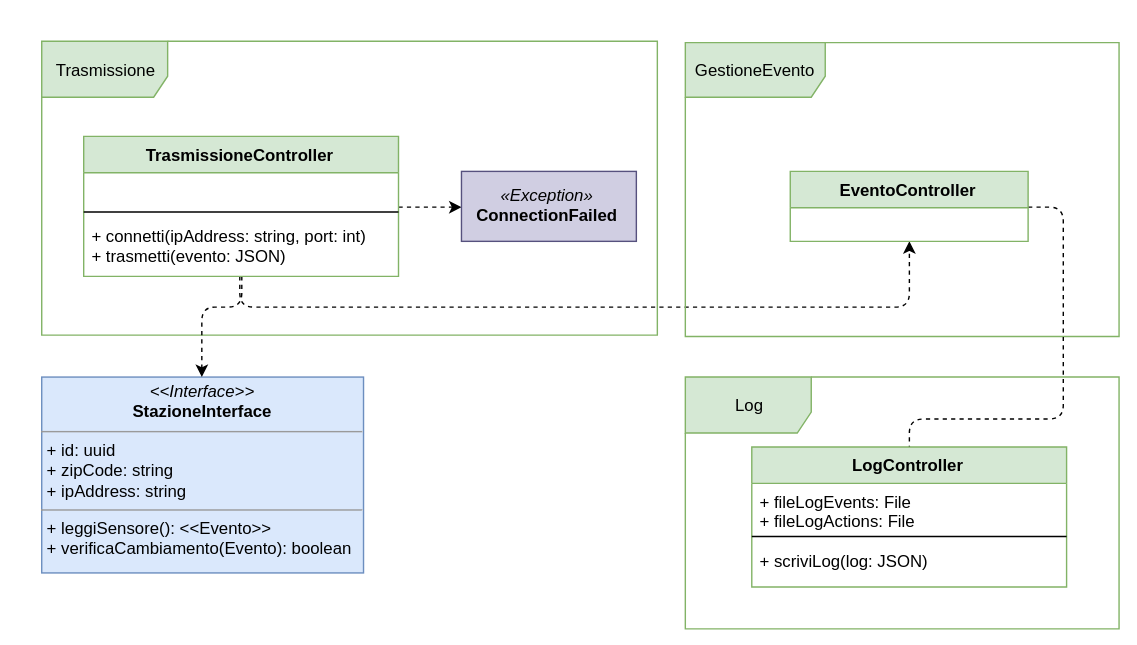
This is resources/ProgettazioneDettaglio_TrasmissioneLog.svg from Leaaaf/weatherment.io, a draw.io export, as it was before one commit. Source tidied: cells renumbered, new cells last; positions are measured from the earlier drawing's top-left corner, leaving out a move shared by most shapes.
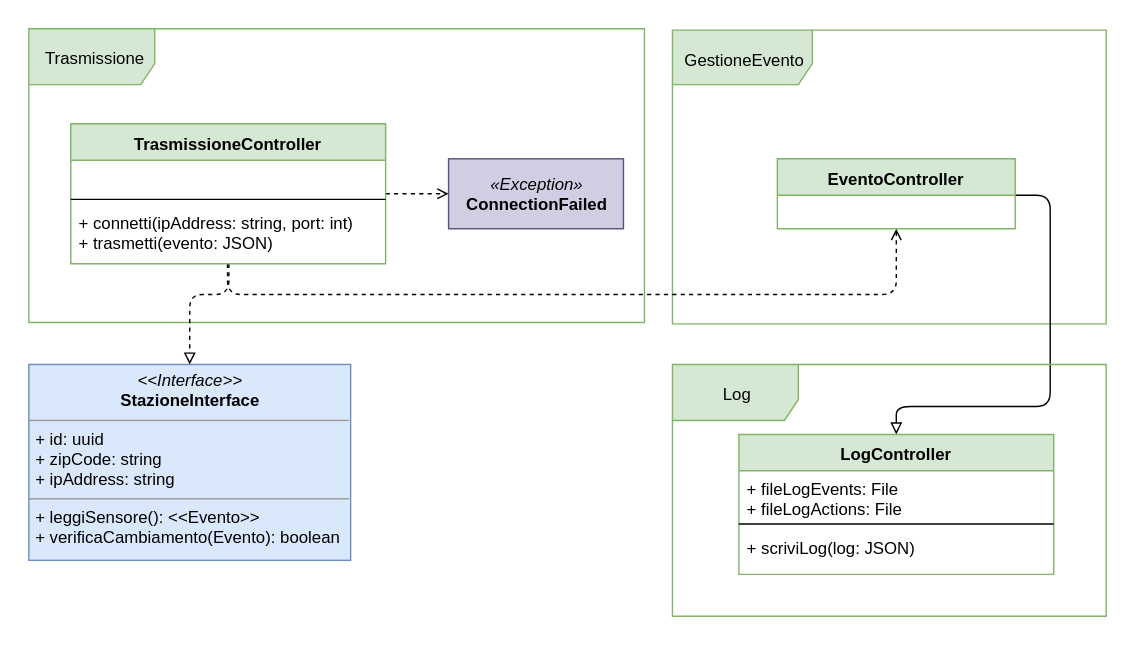
After the commit.

The edit, as a diff of the source:
```diff
@@ -2,16 +2,19 @@
   <root>
     <mxCell id="0" />
     <mxCell id="1" parent="0" />
+    <mxCell id="12" value="GestioneEvento" style="shape=umlFrame;whiteSpace=wrap;html=1;width=100;height=39;fillColor=#d5e8d4;strokeColor=#82b366;" parent="1" vertex="1">
+      <mxGeometry x="460" y="1" width="310" height="210" as="geometry" />
+    </mxCell>
     <mxCell id="2" value="Trasmissione" style="shape=umlFrame;whiteSpace=wrap;html=1;width=90;height=40;fillColor=#d5e8d4;strokeColor=#82b366;" parent="1" vertex="1">
       <mxGeometry width="440" height="210" as="geometry" />
     </mxCell>
     <mxCell id="3" value="&lt;p style=&quot;margin: 0px ; margin-top: 4px ; text-align: center&quot;&gt;&lt;i&gt;&amp;lt;&amp;lt;Interface&amp;gt;&amp;gt;&lt;/i&gt;&lt;br&gt;&lt;b&gt;StazioneInterface&lt;/b&gt;&lt;/p&gt;&lt;hr size=&quot;1&quot;&gt;&lt;p style=&quot;margin: 0px ; margin-left: 4px&quot;&gt;+ id: uuid&lt;/p&gt;&lt;p style=&quot;margin: 0px ; margin-left: 4px&quot;&gt;+ zipCode: string&lt;/p&gt;&lt;p style=&quot;margin: 0px ; margin-left: 4px&quot;&gt;+ ipAddress: string&amp;nbsp;&lt;/p&gt;&lt;hr size=&quot;1&quot;&gt;&lt;p style=&quot;margin: 0px ; margin-left: 4px&quot;&gt;+ leggiSensore(): &amp;lt;&amp;lt;Evento&amp;gt;&amp;gt;&lt;br&gt;+ verificaCambiamento(Evento): boolean&lt;/p&gt;" style="verticalAlign=top;align=left;overflow=fill;fontSize=12;fontFamily=Helvetica;html=1;fillColor=#dae8fc;strokeColor=#6c8ebf;" parent="1" vertex="1">
       <mxGeometry y="240" width="230" height="140" as="geometry" />
     </mxCell>
-    <mxCell id="4" style="edgeStyle=orthogonalEdgeStyle;rounded=1;jettySize=auto;html=1;entryX=0;entryY=0.5;entryDx=0;entryDy=0;dashed=1;" parent="1" edge="1" source="7" target="11">
+    <mxCell id="4" style="edgeStyle=orthogonalEdgeStyle;rounded=1;jettySize=auto;html=1;entryX=0;entryY=0.5;entryDx=0;entryDy=0;dashed=1;endArrow=open;endFill=0;" parent="1" edge="1" source="7" target="11">
       <mxGeometry relative="1" as="geometry" />
     </mxCell>
-    <mxCell id="5" style="edgeStyle=orthogonalEdgeStyle;rounded=1;jettySize=auto;html=1;entryX=0.5;entryY=0;entryDx=0;entryDy=0;dashed=1;" parent="1" edge="1" source="7" target="3">
+    <mxCell id="5" style="edgeStyle=orthogonalEdgeStyle;rounded=1;jettySize=auto;html=1;entryX=0.5;entryY=0;entryDx=0;entryDy=0;dashed=1;endArrow=block;endFill=0;" parent="1" edge="1" source="7" target="3">
       <mxGeometry relative="1" as="geometry">
         <Array as="points">
           <mxPoint x="143" y="190" />
@@ -19,7 +22,7 @@
         </Array>
       </mxGeometry>
     </mxCell>
-    <mxCell id="6" style="edgeStyle=orthogonalEdgeStyle;rounded=1;jettySize=auto;html=1;entryX=0.501;entryY=0.98;entryDx=0;entryDy=0;dashed=1;entryPerimeter=0;" parent="1" edge="1" source="7" target="15">
+    <mxCell id="6" style="edgeStyle=orthogonalEdgeStyle;rounded=1;jettySize=auto;html=1;entryX=0.501;entryY=0.98;entryDx=0;entryDy=0;dashed=1;entryPerimeter=0;endArrow=open;endFill=0;" parent="1" edge="1" source="7" target="15">
       <mxGeometry relative="1" as="geometry">
         <Array as="points">
           <mxPoint x="142" y="190" />
@@ -42,12 +45,9 @@
     <mxCell id="11" value="&lt;i&gt;«Exception»&lt;br&gt;&lt;/i&gt;&lt;b&gt;ConnectionFailed&lt;/b&gt;" style="html=1;fillColor=#d0cee2;strokeColor=#56517e;" parent="1" vertex="1">
       <mxGeometry x="300" y="93" width="125" height="50" as="geometry" />
     </mxCell>
-    <mxCell id="12" value="GestioneEvento" style="shape=umlFrame;whiteSpace=wrap;html=1;width=100;height=39;fillColor=#d5e8d4;strokeColor=#82b366;" parent="1" vertex="1">
-      <mxGeometry x="460" y="1" width="310" height="210" as="geometry" />
-    </mxCell>
-    <mxCell id="13" style="edgeStyle=orthogonalEdgeStyle;rounded=1;jettySize=auto;html=1;entryX=0.5;entryY=0;entryDx=0;entryDy=0;dashed=1;" parent="1" edge="1" source="14">
+    <mxCell id="13" style="edgeStyle=orthogonalEdgeStyle;rounded=1;jettySize=auto;html=1;endArrow=block;endFill=0;" parent="1" edge="1" source="14">
       <mxGeometry relative="1" as="geometry">
-        <mxPoint x="620" y="308" as="targetPoint" />
+        <mxPoint x="620" y="290" as="targetPoint" />
         <Array as="points">
           <mxPoint x="730" y="119" />
           <mxPoint x="730" y="270" />
```
